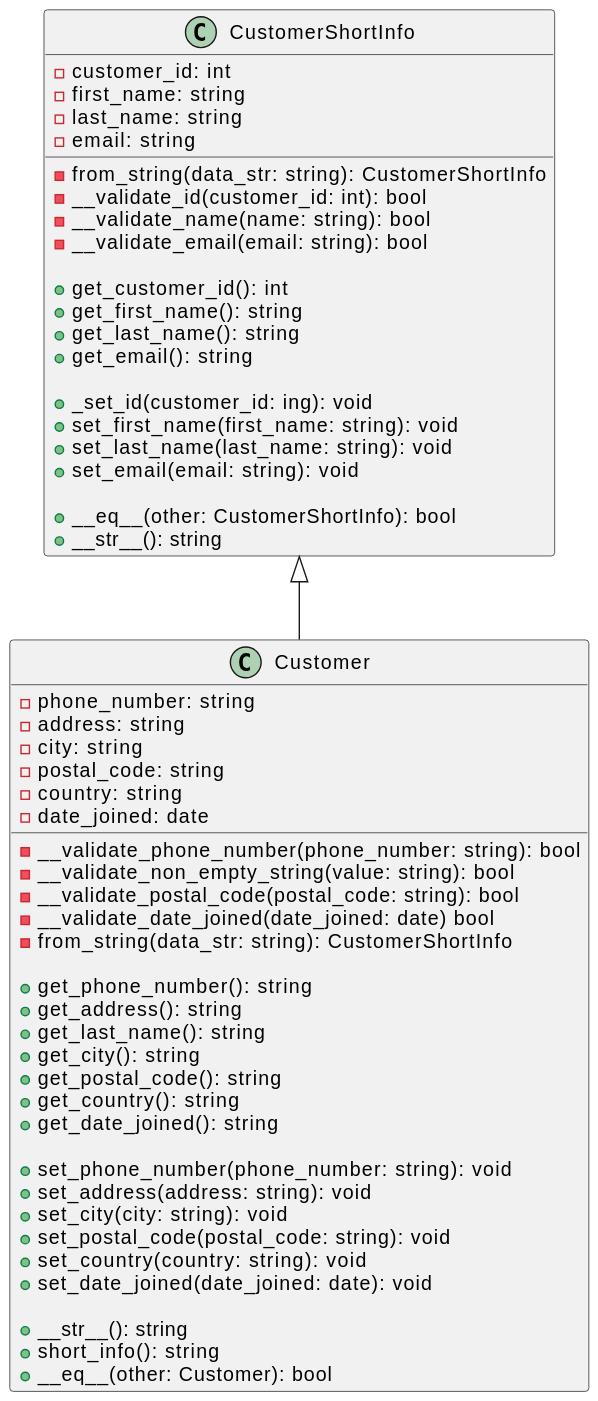
The PlantUML diagram Class_Diagram.svg in AndreyDerkatch/InformationSystemDesign, before a commit. Source of this version:
```plantuml
@startuml
CustomerShortInfo <|-- Customer

Class CustomerShortInfo{

-customer_id: int
-first_name: string
-last_name: string
-email: string

-from_string(data_str: string): CustomerShortInfo
-__validate_id(customer_id: int): bool
-__validate_name(name: string): bool
-__validate_email(email: string): bool

+get_customer_id(): int
+get_first_name(): string
+get_last_name(): string
+get_email(): string

+_set_id(customer_id: ing): void
+set_first_name(first_name: string): void
+set_last_name(last_name: string): void
+set_email(email: string): void

+__eq__(other: CustomerShortInfo): bool
+__str__(): string
}

Class Customer{

-phone_number: string
-address: string
-city: string
-postal_code: string
-country: string
-date_joined: date

-__validate_phone_number(phone_number: string): bool
-__validate_non_empty_string(value: string): bool
-__validate_postal_code(postal_code: string): bool
-__validate_date_joined(date_joined: date) bool
-from_string(data_str: string): CustomerShortInfo

+get_phone_number(): string
+get_address(): string
+get_last_name(): string
+get_city(): string
+get_postal_code(): string
+get_country(): string
+get_date_joined(): string

+set_phone_number(phone_number: string): void
+set_address(address: string): void
+set_city(city: string): void
+set_postal_code(postal_code: string): void
+set_country(country: string): void
+set_date_joined(date_joined: date): void

+__str__(): string
+short_info(): string
+__eq__(other: Customer): bool

}
@enduml
```
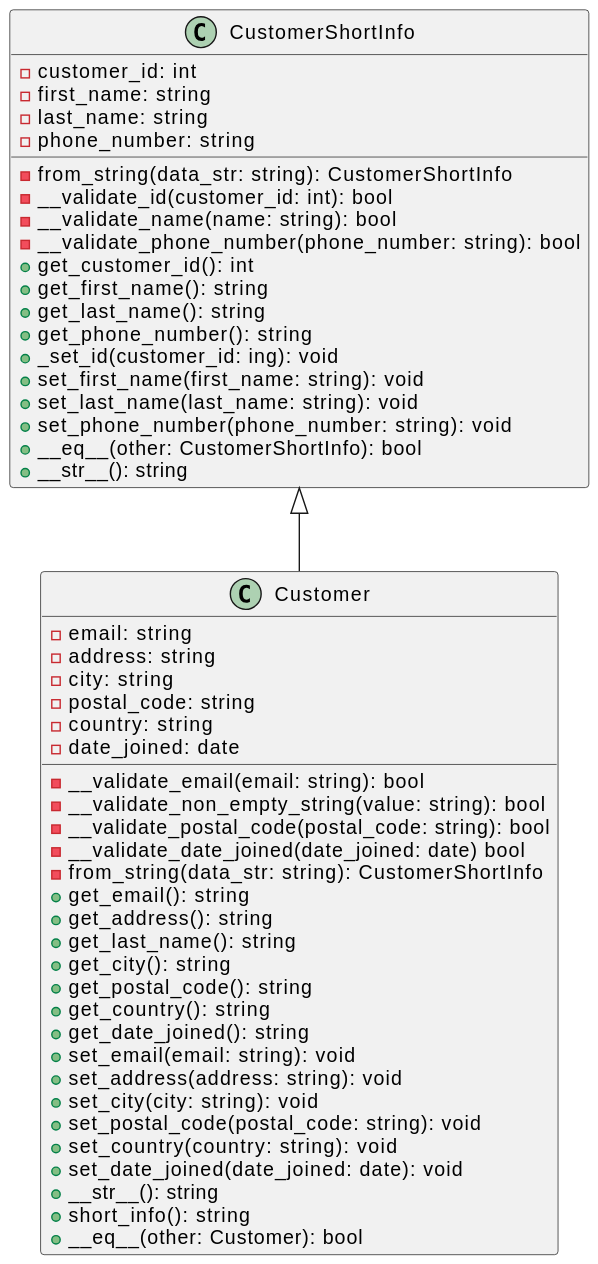
Later version of the same file.

Commit message:
Обновление диаграммы классов

Diff of the diagram source:
```diff
@@ -6,57 +6,51 @@
 -customer_id: int
 -first_name: string
 -last_name: string
--email: string
+-phone_number: string
 
 -from_string(data_str: string): CustomerShortInfo
 -__validate_id(customer_id: int): bool
 -__validate_name(name: string): bool
--__validate_email(email: string): bool
-
+-__validate_phone_number(phone_number: string): bool
 +get_customer_id(): int
 +get_first_name(): string
 +get_last_name(): string
-+get_email(): string
-
++get_phone_number(): string
 +_set_id(customer_id: ing): void
 +set_first_name(first_name: string): void
 +set_last_name(last_name: string): void
-+set_email(email: string): void
-
++set_phone_number(phone_number: string): void
 +__eq__(other: CustomerShortInfo): bool
 +__str__(): string
 }
 
 Class Customer{
 
--phone_number: string
+-email: string
 -address: string
 -city: string
 -postal_code: string
 -country: string
 -date_joined: date
 
--__validate_phone_number(phone_number: string): bool
+-__validate_email(email: string): bool
 -__validate_non_empty_string(value: string): bool
 -__validate_postal_code(postal_code: string): bool
 -__validate_date_joined(date_joined: date) bool
 -from_string(data_str: string): CustomerShortInfo
-
-+get_phone_number(): string
++get_email(): string
 +get_address(): string
 +get_last_name(): string
 +get_city(): string
 +get_postal_code(): string
 +get_country(): string
 +get_date_joined(): string
-
-+set_phone_number(phone_number: string): void
++set_email(email: string): void
 +set_address(address: string): void
 +set_city(city: string): void
 +set_postal_code(postal_code: string): void
 +set_country(country: string): void
 +set_date_joined(date_joined: date): void
-
 +__str__(): string
 +short_info(): string
 +__eq__(other: Customer): bool
```
